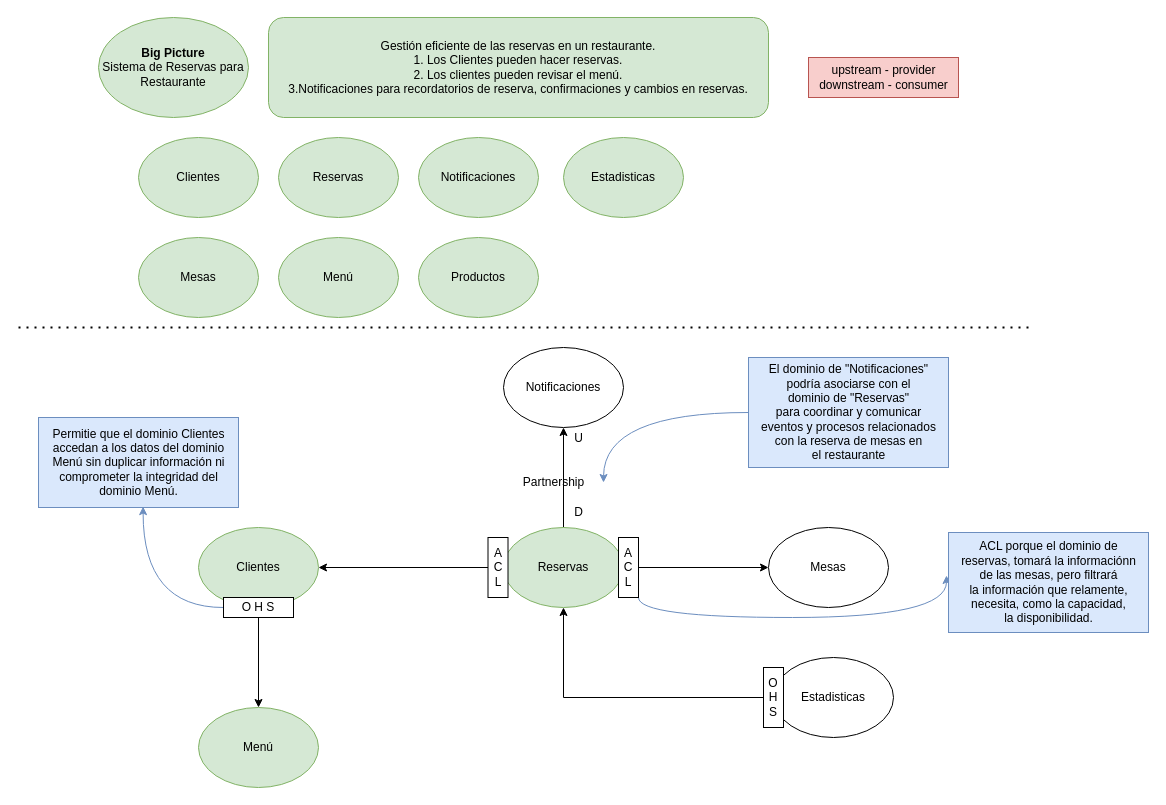
andrescardo98/doo keeps this draw.io diagram as page "Modelado estratégico" (1 of 11) of Restaurante_Disenio.drawio. Above is the earlier version. Source tidied: cells renumbered, new cells numbered last; positions are measured from the earlier drawing's top-left corner, leaving out a move shared by most shapes. Both pictures are drawn from the tidied source at 100%, with x=0, y=0 at pixel (18, 17).
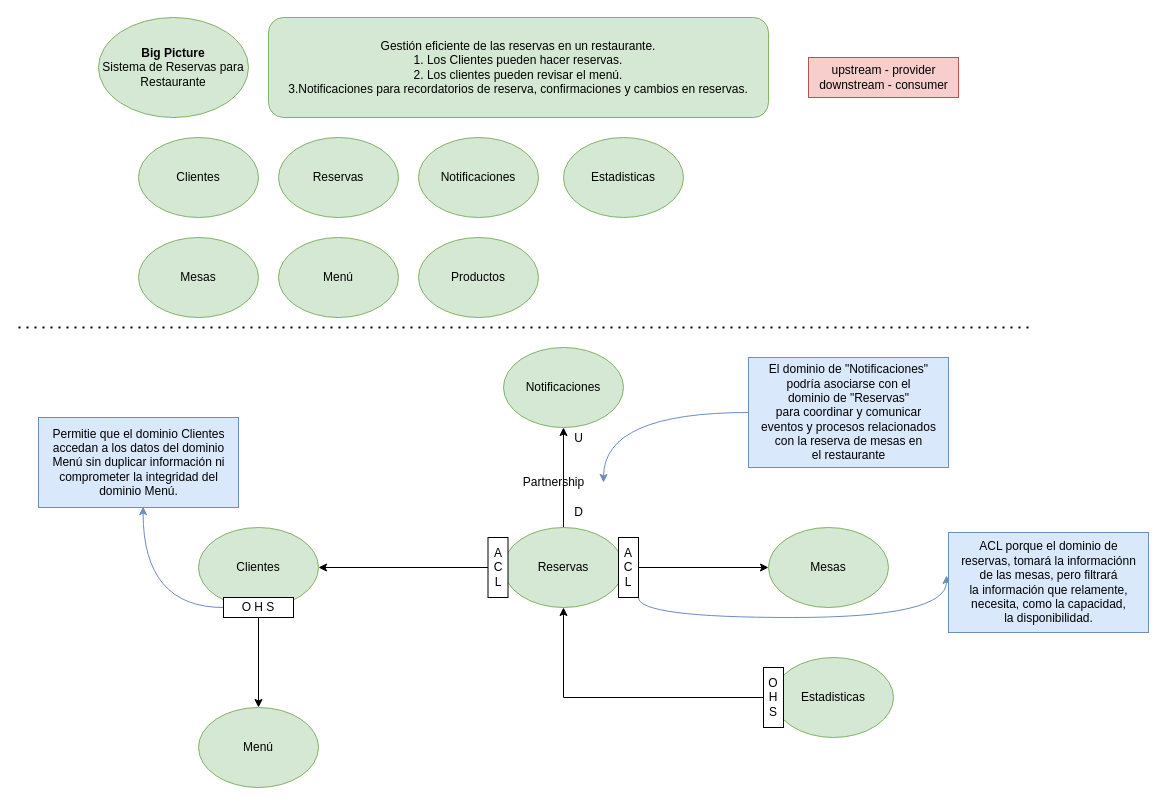
After the change.

Change to the diagram source:
```diff
@@
-    <mxCell id="11" value="Notificaciones" style="ellipse;whiteSpace=wrap;html=1;" parent="1" vertex="1">
+    <mxCell id="11" value="Notificaciones" style="ellipse;whiteSpace=wrap;html=1;fillColor=#d5e8d4;strokeColor=#82b366;" parent="1" vertex="1">
       <mxGeometry x="485" y="330" width="120" height="80" as="geometry" />
     </mxCell>
@@
-    <mxCell id="15" value="Mesas" style="ellipse;whiteSpace=wrap;html=1;" parent="1" vertex="1">
+    <mxCell id="15" value="Mesas" style="ellipse;whiteSpace=wrap;html=1;fillColor=#d5e8d4;strokeColor=#82b366;" parent="1" vertex="1">
       <mxGeometry x="750" y="510" width="120" height="80" as="geometry" />
     </mxCell>
@@
-    <mxCell id="31" value="Estadisticas" style="ellipse;whiteSpace=wrap;html=1;" parent="1" vertex="1">
+    <mxCell id="31" value="Estadisticas" style="ellipse;whiteSpace=wrap;html=1;fillColor=#d5e8d4;strokeColor=#82b366;" parent="1" vertex="1">
       <mxGeometry x="755" y="640" width="120" height="80" as="geometry" />
     </mxCell>
```
